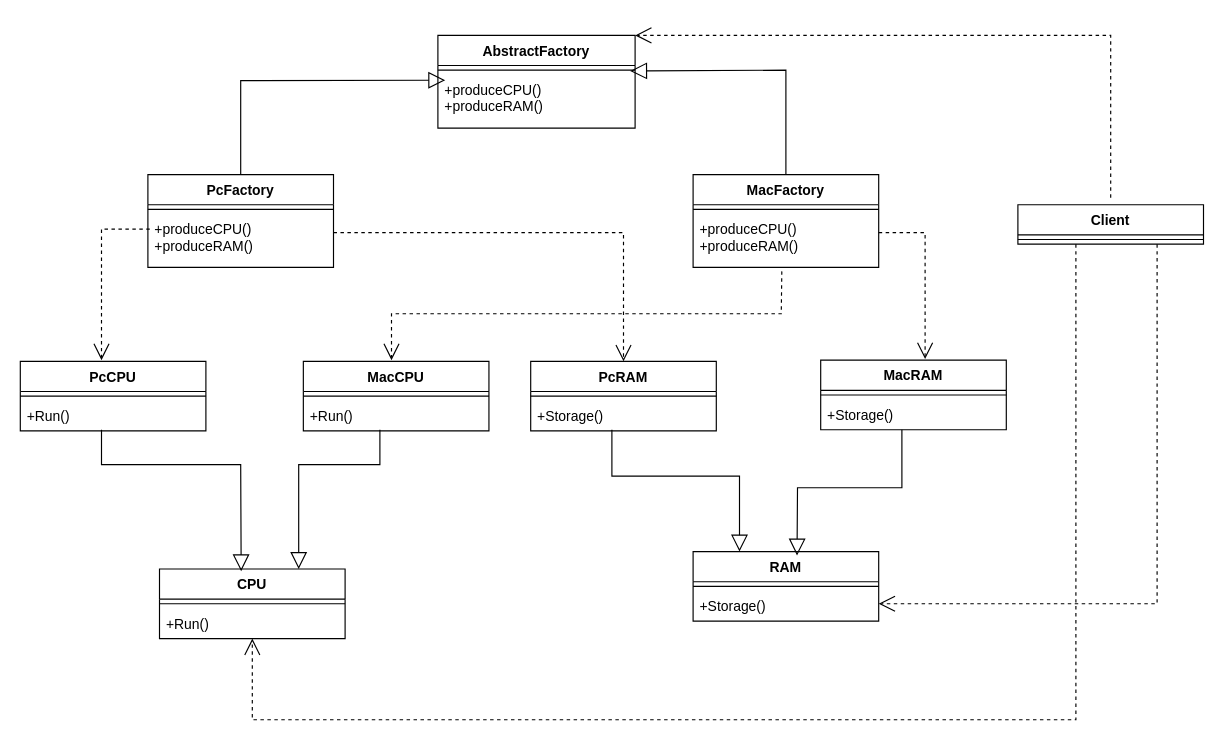
This is 设计模式实验一（1）.drawio from yuyummlll/project-team, a draw.io file, before an edit. Source tidied: cells renumbered, new cells numbered last; positions are measured from the earlier drawing's top-left corner, leaving out a move shared by most shapes. Both pictures are drawn from the tidied source at 116%, with x=0, y=0 at pixel (20, 35).
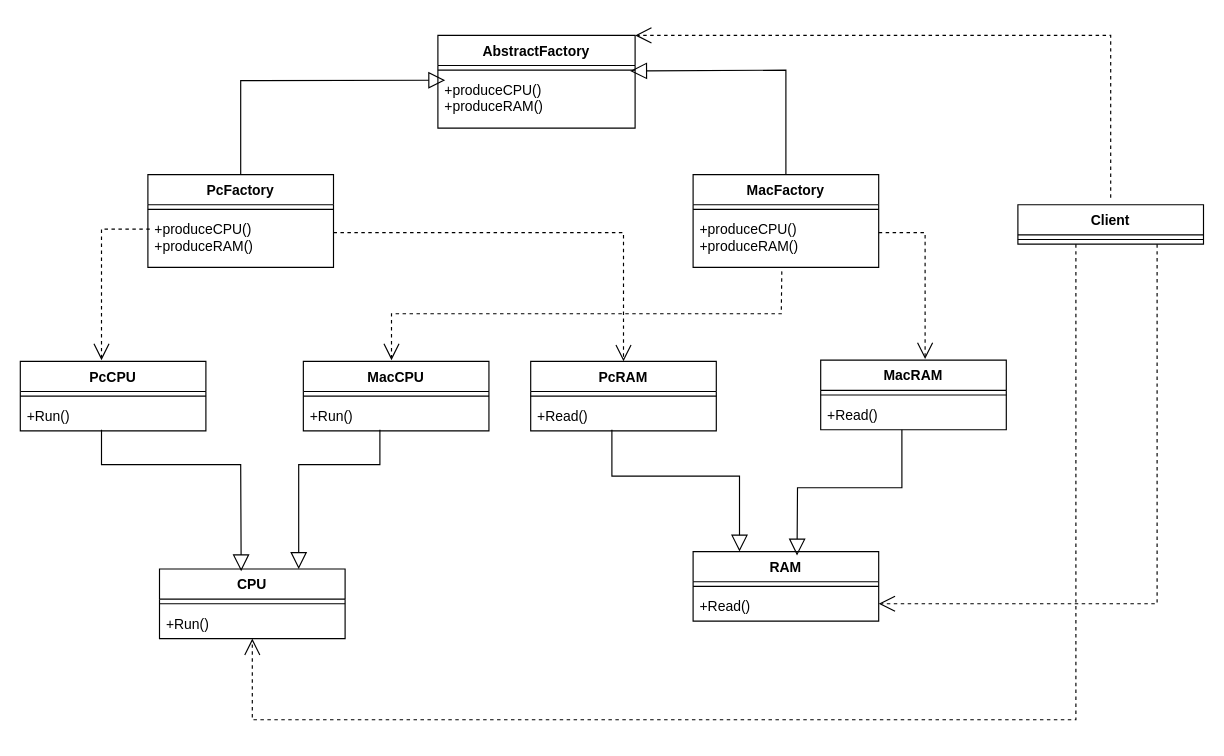
The same diagram, later.

Commit message:
更新设计模式实验一（1）.drawio

Unchanged cells that the change refers to:
```xml
<mxCell id="17" value="PcRAM" style="swimlane;fontStyle=1;align=center;verticalAlign=top;horizontal=1;startSize=26;whiteSpace=wrap;html=1;" parent="1" vertex="1">
  <mxGeometry x="440" y="281" width="160" height="60" as="geometry" />
</mxCell>
<mxCell id="20" value="MacRAM" style="swimlane;fontStyle=1;align=center;verticalAlign=top;horizontal=1;startSize=26;whiteSpace=wrap;html=1;" parent="1" vertex="1">
  <mxGeometry x="690" y="280" width="160" height="60" as="geometry" />
</mxCell>
<mxCell id="26" value="RAM" style="swimlane;fontStyle=1;align=center;verticalAlign=top;horizontal=1;startSize=26;whiteSpace=wrap;html=1;" parent="1" vertex="1">
  <mxGeometry x="580" y="445" width="160" height="60" as="geometry" />
</mxCell>
```

Diff of the diagram source:
```diff
@@
-    <mxCell id="19" value="+Storage()" style="text;strokeColor=none;fillColor=none;align=left;verticalAlign=top;spacingLeft=4;spacingRight=4;overflow=hidden;whiteSpace=wrap;html=1;" parent="17" vertex="1">
+    <mxCell id="19" value="+Read()" style="text;strokeColor=none;fillColor=none;align=left;verticalAlign=top;spacingLeft=4;spacingRight=4;overflow=hidden;whiteSpace=wrap;html=1;" parent="17" vertex="1">
       <mxGeometry y="34" width="160" height="26" as="geometry" />
     </mxCell>
@@
-    <mxCell id="22" value="+Storage()" style="text;strokeColor=none;fillColor=none;align=left;verticalAlign=top;spacingLeft=4;spacingRight=4;overflow=hidden;whiteSpace=wrap;html=1;" parent="20" vertex="1">
+    <mxCell id="22" value="+Read()" style="text;strokeColor=none;fillColor=none;align=left;verticalAlign=top;spacingLeft=4;spacingRight=4;overflow=hidden;whiteSpace=wrap;html=1;" parent="20" vertex="1">
       <mxGeometry y="34" width="160" height="26" as="geometry" />
     </mxCell>
@@
-    <mxCell id="28" value="+Storage()" style="text;strokeColor=none;fillColor=none;align=left;verticalAlign=top;spacingLeft=4;spacingRight=4;overflow=hidden;whiteSpace=wrap;html=1;" parent="26" vertex="1">
+    <mxCell id="28" value="+Read()" style="text;strokeColor=none;fillColor=none;align=left;verticalAlign=top;spacingLeft=4;spacingRight=4;overflow=hidden;whiteSpace=wrap;html=1;" parent="26" vertex="1">
       <mxGeometry y="34" width="160" height="26" as="geometry" />
     </mxCell>
```
